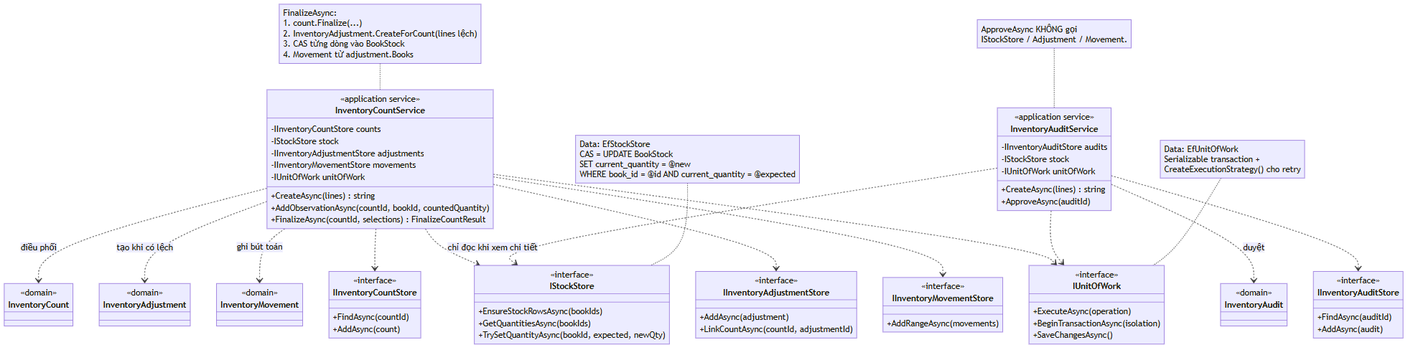
Before: docs/diagrams/kiet-class-services.png, a diagram exported from Mermaid (swd392-group-1/swd392-sales-management-system). Its source is kept beside it as docs/diagrams/kiet-class-services.mmd.
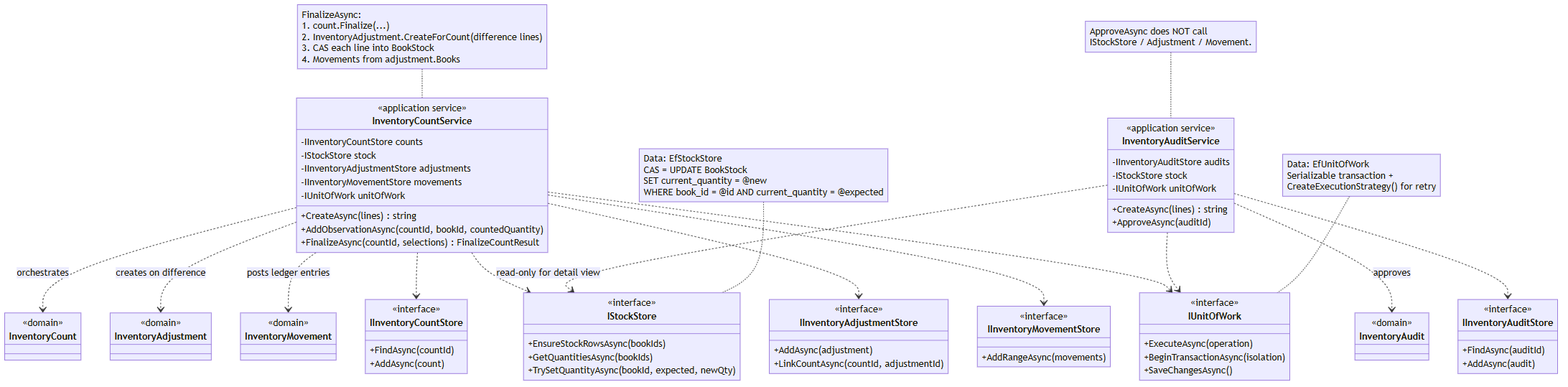
The same diagram one commit later.

The edit, as a diff of the source:
```diff
@@ -75,21 +75,21 @@
         <<domain>>
     }
 
-    InventoryCountService ..> InventoryCount : điều phối
-    InventoryCountService ..> InventoryAdjustment : tạo khi có lệch
-    InventoryCountService ..> InventoryMovement : ghi bút toán
+    InventoryCountService ..> InventoryCount : orchestrates
+    InventoryCountService ..> InventoryAdjustment : creates on difference
+    InventoryCountService ..> InventoryMovement : posts ledger entries
     InventoryCountService ..> IInventoryCountStore
     InventoryCountService ..> IStockStore
     InventoryCountService ..> IInventoryAdjustmentStore
     InventoryCountService ..> IInventoryMovementStore
     InventoryCountService ..> IUnitOfWork
 
-    InventoryAuditService ..> InventoryAudit : duyệt
+    InventoryAuditService ..> InventoryAudit : approves
     InventoryAuditService ..> IInventoryAuditStore
-    InventoryAuditService ..> IStockStore : chỉ đọc khi xem chi tiết
+    InventoryAuditService ..> IStockStore : read-only for detail view
     InventoryAuditService ..> IUnitOfWork
 
     note for IStockStore "Data: EfStockStore\nCAS = UPDATE BookStock\nSET current_quantity = @new\nWHERE book_id = @id AND current_quantity = @expected"
-    note for IUnitOfWork "Data: EfUnitOfWork\nSerializable transaction +\nCreateExecutionStrategy() cho retry"
-    note for InventoryCountService "FinalizeAsync:\n1. count.Finalize(...)\n2. InventoryAdjustment.CreateForCount(lines lệch)\n3. CAS từng dòng vào BookStock\n4. Movement từ adjustment.Books"
-    note for InventoryAuditService "ApproveAsync KHÔNG gọi\nIStockStore / Adjustment / Movement."
+    note for IUnitOfWork "Data: EfUnitOfWork\nSerializable transaction +\nCreateExecutionStrategy() for retry"
+    note for InventoryCountService "FinalizeAsync:\n1. count.Finalize(...)\n2. InventoryAdjustment.CreateForCount(difference lines)\n3. CAS each line into BookStock\n4. Movements from adjustment.Books"
+    note for InventoryAuditService "ApproveAsync does NOT call\nIStockStore / Adjustment / Movement."
```
